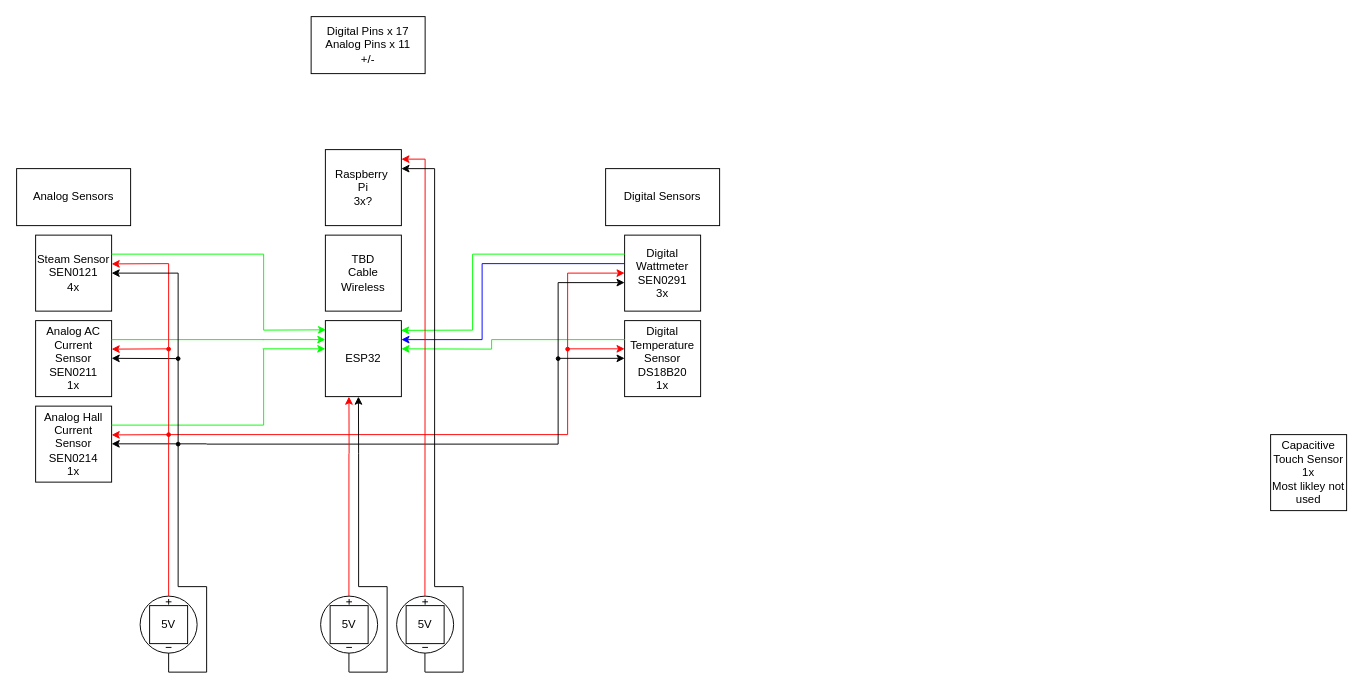
Above: diagrams/block_diagram_low_level.drawio in martintara/kaffeknekt (draw.io), before the change. Source tidied: cells renumbered, new cells numbered last; positions are measured from the earlier drawing's top-left corner, leaving out a move shared by most shapes. Both pictures are drawn from the tidied source at 95%, with x=0, y=0 at pixel (16, 16).
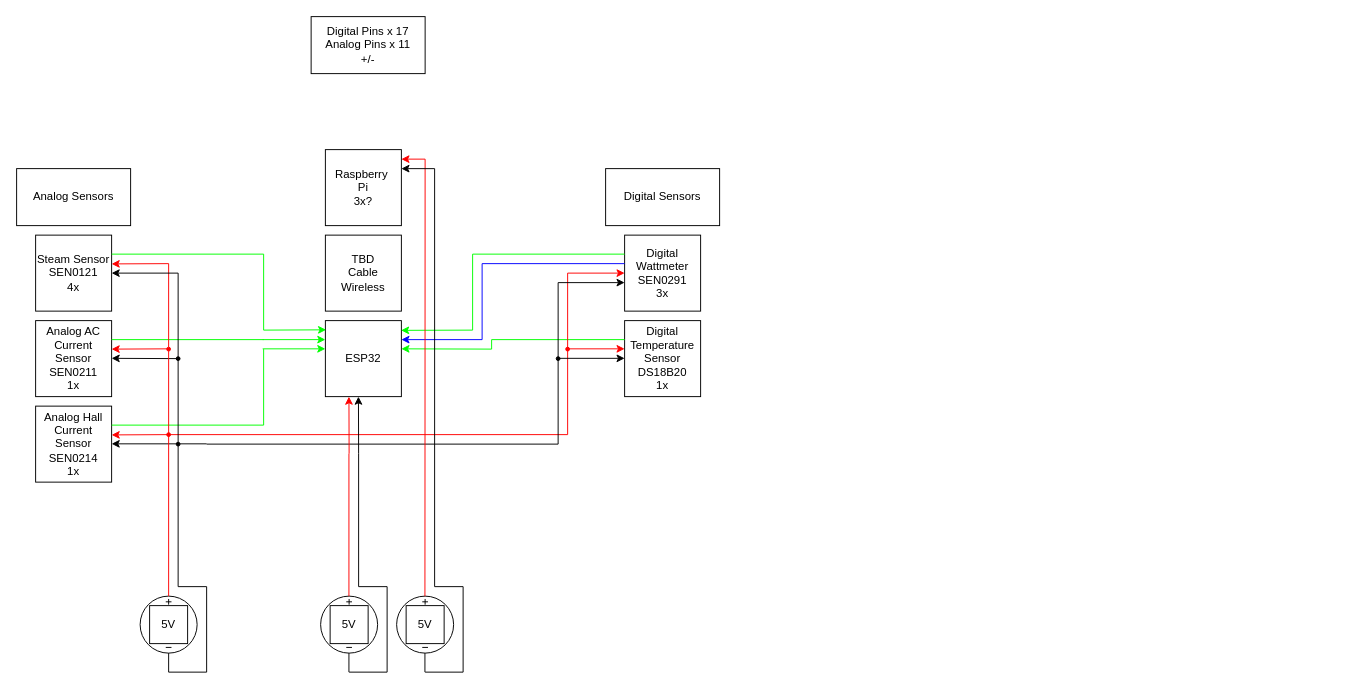
The same page after the edit.

Change to the diagram source:
```diff
@@
-    <mxCell id="9" value="Capacitive Touch Sensor&lt;div&gt;1x&lt;/div&gt;&lt;div&gt;Most likley not used&lt;/div&gt;" style="whiteSpace=wrap;html=1;" parent="1" vertex="1">
-      <mxGeometry x="1320" y="440" width="80" height="80" as="geometry" />
-    </mxCell>
```
